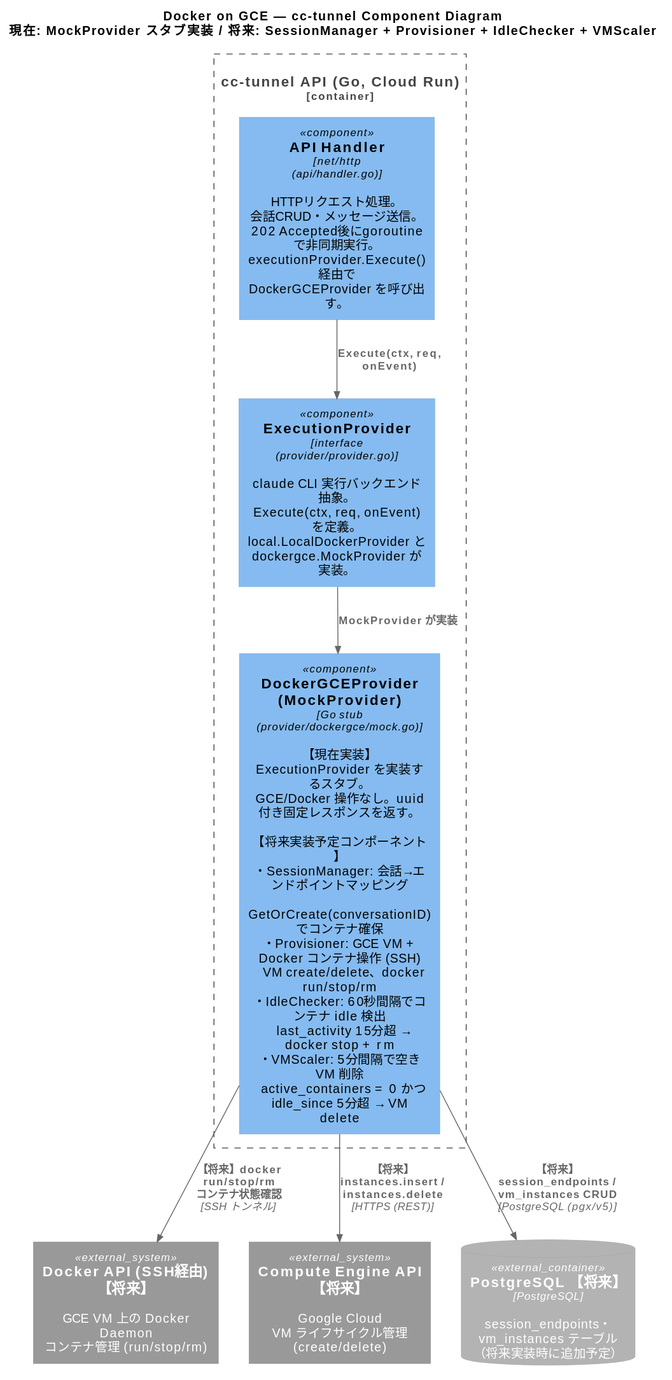
This is docs/plantuml/out/docker_gce_component.svg from pollenjp/cc-tunnel, a PlantUML export, as it was before one commit.
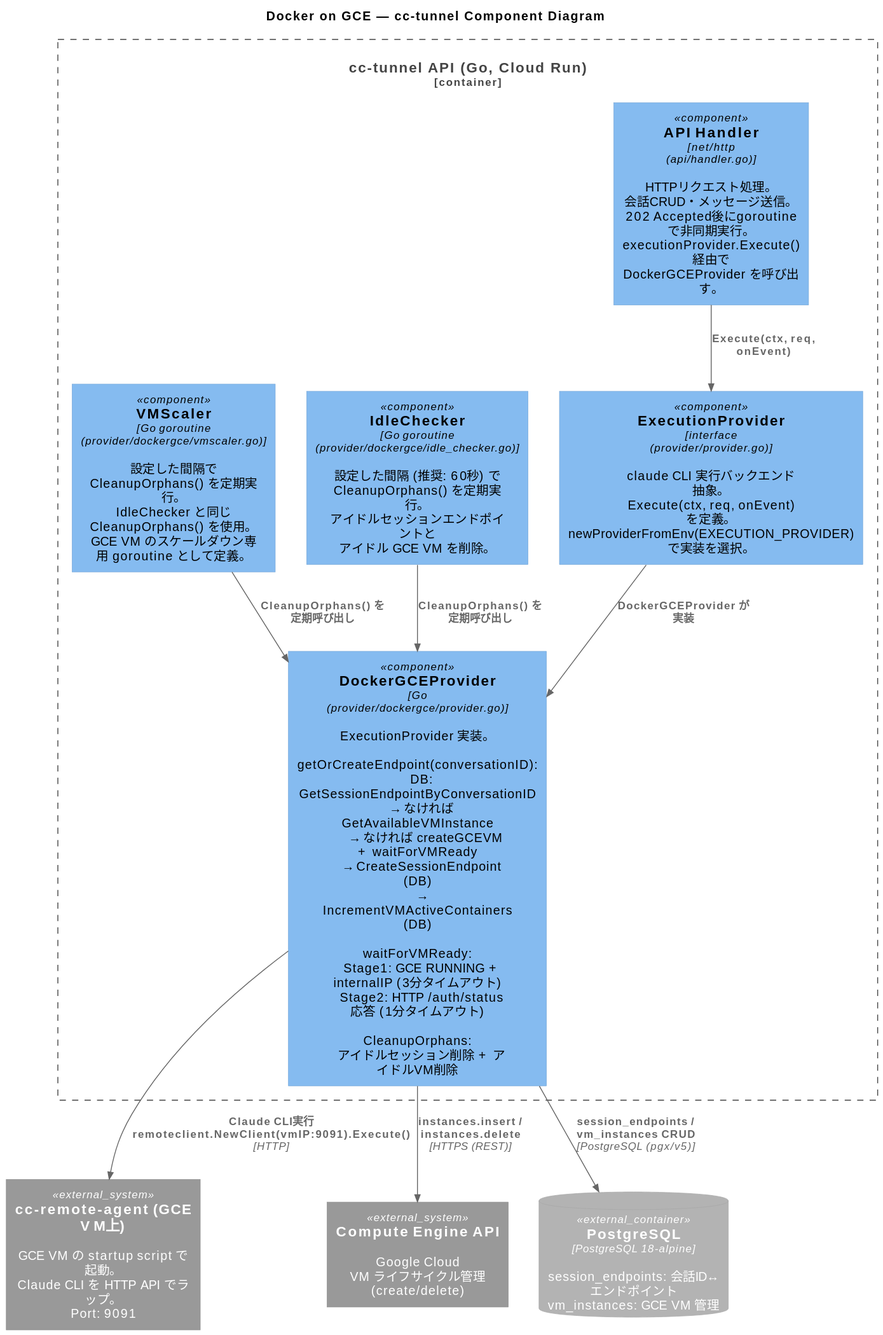
The same diagram one commit later.

Change to the diagram source:
```diff
@@ -1,23 +1,29 @@
 @startuml
 !include https://raw.githubusercontent.com/plantuml-stdlib/C4-PlantUML/master/C4_Component.puml
 
-title Docker on GCE — cc-tunnel Component Diagram\n現在: MockProvider スタブ実装 / 将来: SessionManager + Provisioner + IdleChecker + VMScaler
+title Docker on GCE — cc-tunnel Component Diagram
 
-System_Ext(docker_api, "Docker API (SSH経由) 【将来】", "GCE VM 上の Docker Daemon\nコンテナ管理 (run/stop/rm)")
-System_Ext(compute_api, "Compute Engine API 【将来】", "Google Cloud\nVM ライフサイクル管理 (create/delete)")
-ContainerDb_Ext(db, "PostgreSQL 【将来】", "PostgreSQL", "session_endpoints・vm_instances テーブル\n（将来実装時に追加予定）")
+System_Ext(cc_remote_agent, "cc-remote-agent (GCE VM上)", "GCE VM の startup script で起動。\nClaude CLI を HTTP API でラップ。\nPort: 9091")
+System_Ext(compute_api, "Compute Engine API", "Google Cloud\nVM ライフサイクル管理 (create/delete)")
+ContainerDb_Ext(db, "PostgreSQL", "PostgreSQL 18-alpine", "session_endpoints: 会話ID↔エンドポイント\nvm_instances: GCE VM 管理")
 
 Container_Boundary(api_boundary, "cc-tunnel API (Go, Cloud Run)") {
   Component(handler, "API Handler", "net/http\n(api/handler.go)", "HTTPリクエスト処理。\n会話CRUD・メッセージ送信。\n202 Accepted後にgoroutineで非同期実行。\nexecutionProvider.Execute() 経由で\nDockerGCEProvider を呼び出す。")
 
-  Component(exec_provider, "ExecutionProvider", "interface\n(provider/provider.go)", "claude CLI 実行バックエンド抽象。\nExecute(ctx, req, onEvent) を定義。\nlocal.LocalDockerProvider と\ndockergce.MockProvider が実装。")
+  Component(exec_provider, "ExecutionProvider", "interface\n(provider/provider.go)", "claude CLI 実行バックエンド抽象。\nExecute(ctx, req, onEvent) を定義。\nnewProviderFromEnv(EXECUTION_PROVIDER) で実装を選択。")
 
-  Component(mock_provider, "DockerGCEProvider (MockProvider)", "Go stub\n(provider/dockergce/mock.go)", "【現在実装】ExecutionProvider を実装するスタブ。\nGCE/Docker 操作なし。uuid 付き固定レスポンスを返す。\n\n【将来実装予定コンポーネント】\n・SessionManager: 会話→エンドポイントマッピング\n  GetOrCreate(conversationID) でコンテナ確保\n・Provisioner: GCE VM + Docker コンテナ操作 (SSH)\n  VM create/delete、docker run/stop/rm\n・IdleChecker: 60秒間隔でコンテナ idle 検出\n  last_activity 15分超 → docker stop + rm\n・VMScaler: 5分間隔で空き VM 削除\n  active_containers = 0 かつ idle_since 5分超 → VM delete")
+  Component(dgce_provider, "DockerGCEProvider", "Go\n(provider/dockergce/provider.go)", "ExecutionProvider 実装。\n\ngetOrCreateEndpoint(conversationID):\n  DB: GetSessionEndpointByConversationID\n  → なければ GetAvailableVMInstance\n    → なければ createGCEVM + waitForVMReady\n  → CreateSessionEndpoint (DB)\n  → IncrementVMActiveContainers (DB)\n\nwaitForVMReady:\n  Stage1: GCE RUNNING + internalIP (3分タイムアウト)\n  Stage2: HTTP /auth/status 応答 (1分タイムアウト)\n\nCleanupOrphans:\n  アイドルセッション削除 + アイドルVM削除")
+
+  Component(idle_checker, "IdleChecker", "Go goroutine\n(provider/dockergce/idle_checker.go)", "設定した間隔 (推奨: 60秒) で\nCleanupOrphans() を定期実行。\nアイドルセッションエンドポイントと\nアイドル GCE VM を削除。")
+
+  Component(vmscaler, "VMScaler", "Go goroutine\n(provider/dockergce/vmscaler.go)", "設定した間隔で\nCleanupOrphans() を定期実行。\nIdleChecker と同じ CleanupOrphans() を使用。\nGCE VM のスケールダウン専用 goroutine として定義。")
 }
 
 Rel(handler, exec_provider, "Execute(ctx, req, onEvent)")
-Rel(exec_provider, mock_provider, "MockProvider が実装")
-Rel(mock_provider, docker_api, "【将来】docker run/stop/rm\nコンテナ状態確認", "SSH トンネル")
-Rel(mock_provider, compute_api, "【将来】instances.insert / instances.delete", "HTTPS (REST)")
-Rel(mock_provider, db, "【将来】session_endpoints / vm_instances CRUD", "PostgreSQL (pgx/v5)")
+Rel(exec_provider, dgce_provider, "DockerGCEProvider が実装")
+Rel(dgce_provider, cc_remote_agent, "Claude CLI実行\nremoteclient.NewClient(vmIP:9091).Execute()", "HTTP")
+Rel(dgce_provider, compute_api, "instances.insert / instances.delete", "HTTPS (REST)")
+Rel(dgce_provider, db, "session_endpoints / vm_instances CRUD", "PostgreSQL (pgx/v5)")
+Rel(idle_checker, dgce_provider, "CleanupOrphans() を定期呼び出し")
+Rel(vmscaler, dgce_provider, "CleanupOrphans() を定期呼び出し")
 @enduml
```
